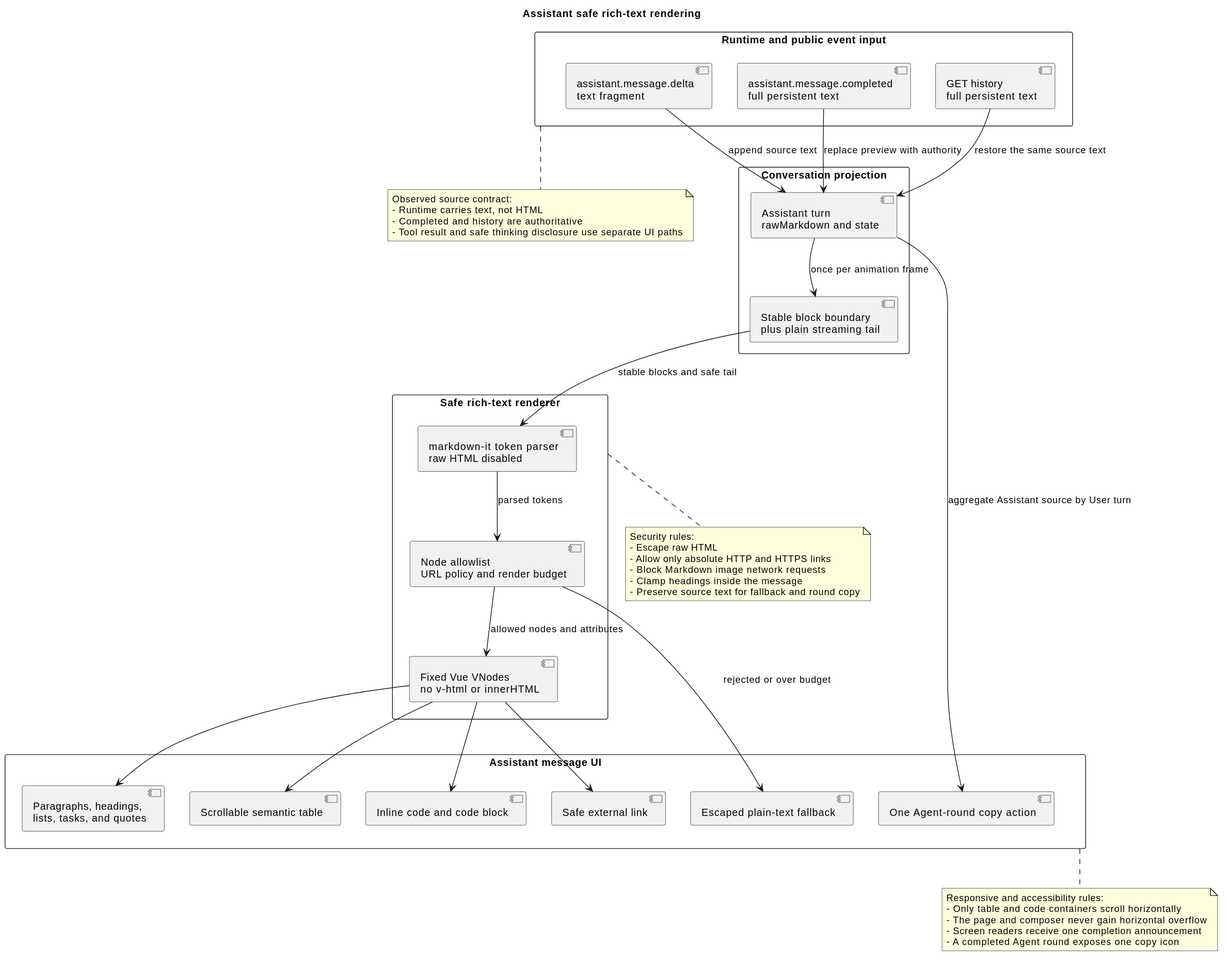
2862282695gjh-afk/pi-mono-java keeps this PlantUML diagram as docs/designs/campusclaw-frontend/assistant_rich_text_rendering.svg. Above is the earlier version.
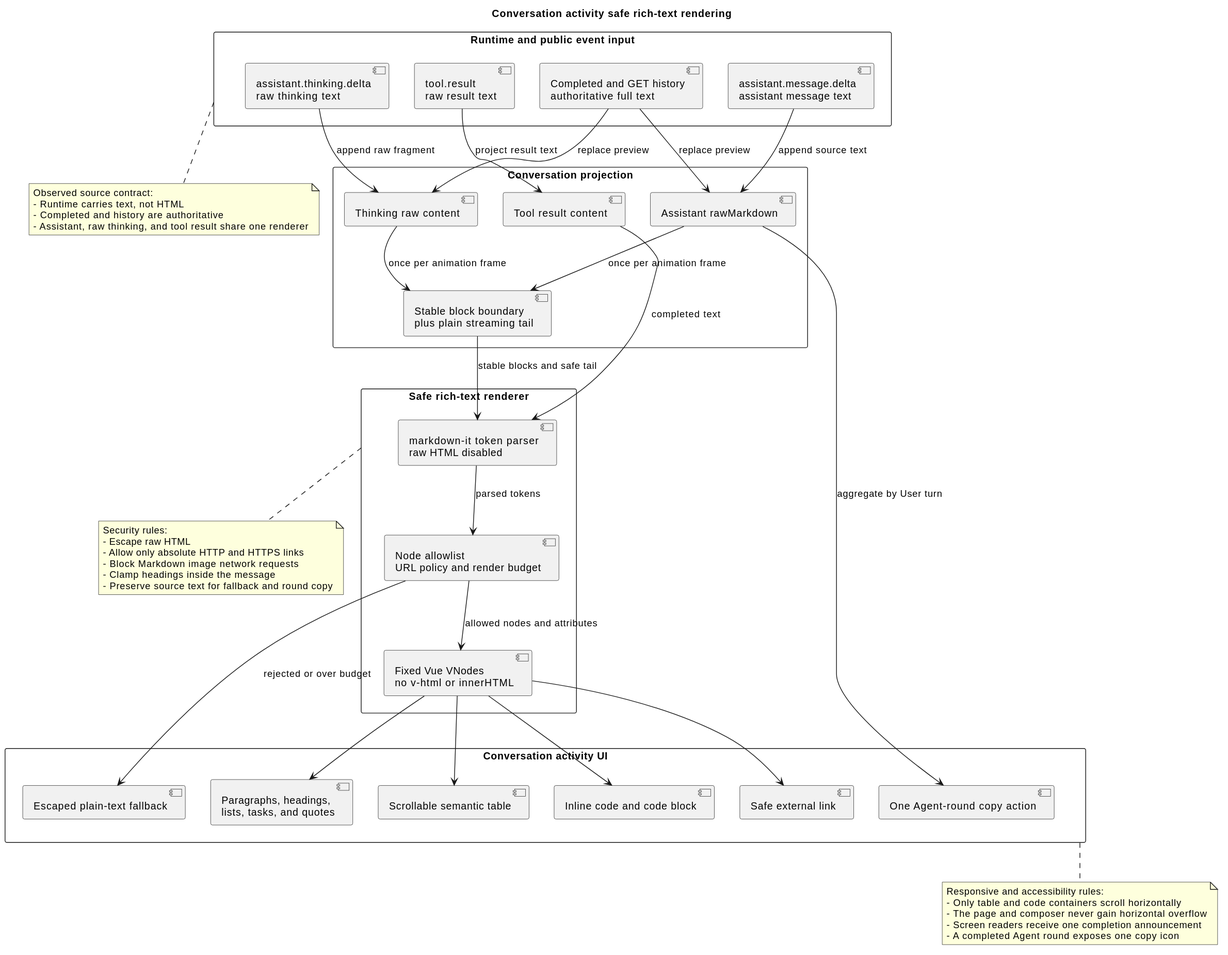
After the change.

Diff of the diagram source:
```diff
@@ -1,16 +1,19 @@
 @startuml
 
-title Assistant safe rich-text rendering
+title Conversation activity safe rich-text rendering
 top to bottom direction
 
 rectangle "Runtime and public event input" as Input {
-  component "assistant.message.delta\ntext fragment" as Delta
-  component "assistant.message.completed\nfull persistent text" as Completed
-  component "GET history\nfull persistent text" as History
+  component "assistant.message.delta\nassistant message text" as AssistantDelta
+  component "assistant.thinking.delta\nraw thinking text" as ThinkingDelta
+  component "tool.result\nraw result text" as ToolResult
+  component "Completed and GET history\nauthoritative full text" as Completed
 }
 
 rectangle "Conversation projection" as Projection {
-  component "Assistant turn\nrawMarkdown and state" as Raw
+  component "Assistant rawMarkdown" as AssistantRaw
+  component "Thinking raw content" as ThinkingRaw
+  component "Tool result content" as ToolRaw
   component "Stable block boundary\nplus plain streaming tail" as Stable
 }
 
@@ -20,7 +23,7 @@
   component "Fixed Vue VNodes\nno v-html or innerHTML" as Vue
 }
 
-rectangle "Assistant message UI" as UI {
+rectangle "Conversation activity UI" as UI {
   component "Paragraphs, headings,\nlists, tasks, and quotes" as Prose
   component "Scrollable semantic table" as Table
   component "Inline code and code block" as Code
@@ -29,10 +32,14 @@
   component "One Agent-round copy action" as RoundCopy
 }
 
-Delta --> Raw : append source text
-Completed --> Raw : replace preview with authority
-History --> Raw : restore the same source text
-Raw --> Stable : once per animation frame
+AssistantDelta --> AssistantRaw : append source text
+ThinkingDelta --> ThinkingRaw : append raw fragment
+ToolResult --> ToolRaw : project result text
+Completed --> AssistantRaw : replace preview
+Completed --> ThinkingRaw : replace preview
+AssistantRaw --> Stable : once per animation frame
+ThinkingRaw --> Stable : once per animation frame
+ToolRaw --> Parser : completed text
 Stable --> Parser : stable blocks and safe tail
 Parser --> Policy : parsed tokens
 Policy --> Vue : allowed nodes and attributes
@@ -41,13 +48,13 @@
 Vue --> Table
 Vue --> Code
 Vue --> Link
-Raw --> RoundCopy : aggregate Assistant source by User turn
+AssistantRaw --> RoundCopy : aggregate by User turn
 
 note bottom of Input
 Observed source contract:
 - Runtime carries text, not HTML
 - Completed and history are authoritative
-- Tool result and safe thinking disclosure use separate UI paths
+- Assistant, raw thinking, and tool result share one renderer
 end note
 
 note bottom of Renderer
```
